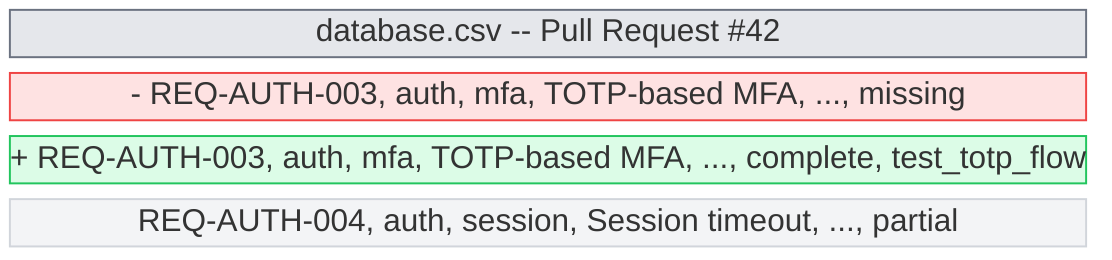
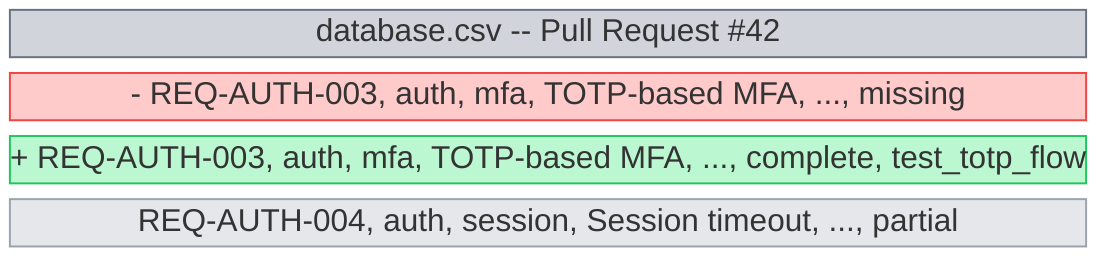
block-beta
    columns 1
    block:header["database.csv -- Pull Request #42"]
        columns 1
    end
    block:removed["- REQ-AUTH-003, auth, mfa, TOTP-based MFA, ..., missing"]
        columns 1
    end
    block:added["+ REQ-AUTH-003, auth, mfa, TOTP-based MFA, ..., complete, test_totp_flow"]
        columns 1
    end
    block:context["  REQ-AUTH-004, auth, session, Session timeout, ..., partial"]
        columns 1
    end

-     style header fill:#e5e7eb,stroke:#6b7280,color:#111827
-     style removed fill:#fee2e2,stroke:#ef4444,color:#7f1d1d
-     style added fill:#dcfce7,stroke:#22c55e,color:#14532d
-     style context fill:#f3f4f6,stroke:#d1d5db,color:#374151
+     style header fill:#d1d5db,stroke:#6b7280,color:#111827
+     style removed fill:#fecaca,stroke:#ef4444,color:#7f1d1d
+     style added fill:#bbf7d0,stroke:#22c55e,color:#14532d
+     style context fill:#e5e7eb,stroke:#9ca3af,color:#111827
